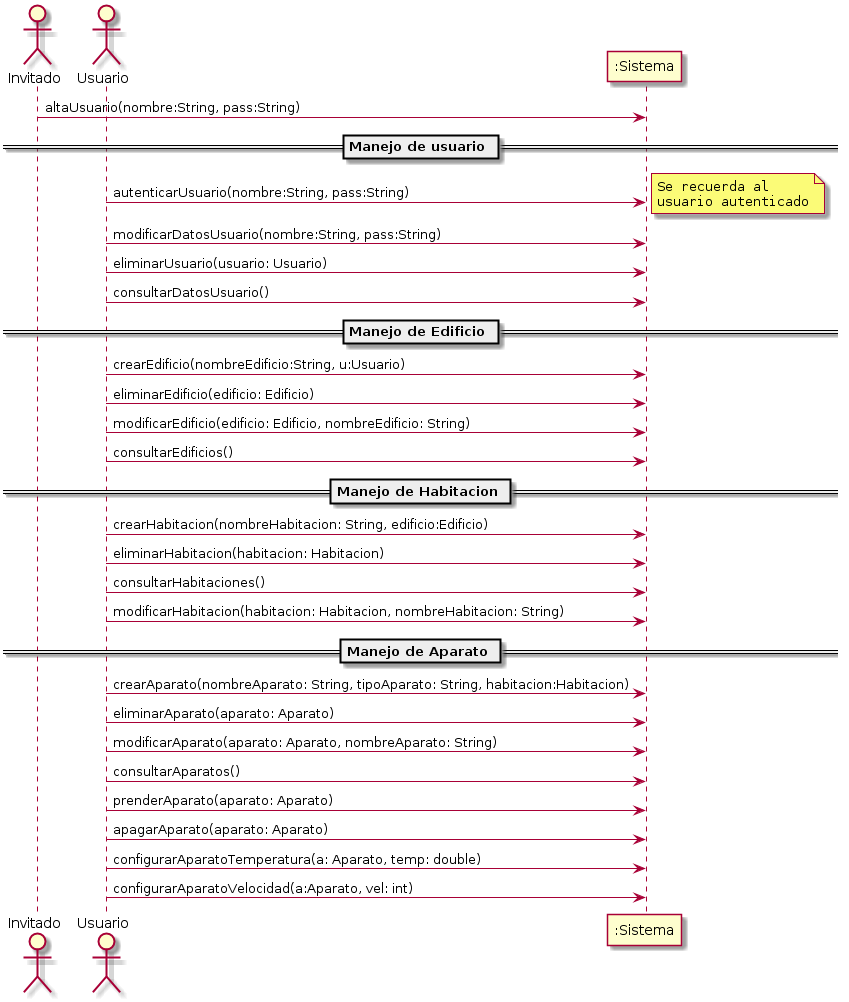
Above: Integrador/PCHouse/UMLDoc/Diagrama Secuencia Sistema/diagrama_secuencia_sistema_-_v0-1.png in ulisescolina/UC-POOII (PlantUML), before the change. Source of this version:
```plantuml
@startuml diagrama_secuencia_sistema_-_v0-1.png

actor Invitado
actor Usuario
participant ":Sistema" as S

Invitado -> S: altaUsuario(nombre:String, pass:String)

== Manejo de usuario ==
Usuario -> S: autenticarUsuario(nombre:String, pass:String)
note right
  ""Se recuerda al""
  ""usuario autenticado""
end note
Usuario -> S: modificarDatosUsuario(nombre:String, pass:String)
Usuario -> S: eliminarUsuario(usuario: Usuario)
Usuario -> S: consultarDatosUsuario()

== Manejo de Edificio ==
Usuario -> S: crearEdificio(nombreEdificio:String, u:Usuario)
Usuario -> S: eliminarEdificio(edificio: Edificio)
Usuario -> S: modificarEdificio(edificio: Edificio, nombreEdificio: String)
Usuario -> S: consultarEdificios()

== Manejo de Habitacion ==
Usuario -> S: crearHabitacion(nombreHabitacion: String, edificio:Edificio)
Usuario -> S: eliminarHabitacion(habitacion: Habitacion)
Usuario -> S: consultarHabitaciones()
Usuario -> S: modificarHabitacion(habitacion: Habitacion, nombreHabitacion: String)

== Manejo de Aparato ==
Usuario -> S: crearAparato(nombreAparato: String, tipoAparato: String, habitacion:Habitacion)
Usuario -> S: eliminarAparato(aparato: Aparato)
Usuario -> S: modificarAparato(aparato: Aparato, nombreAparato: String)
Usuario -> S: consultarAparatos()
Usuario -> S: prenderAparato(aparato: Aparato)
Usuario -> S: apagarAparato(aparato: Aparato)
Usuario -> S: configurarAparatoTemperatura(a: Aparato, temp: double)
Usuario -> S: configurarAparatoVelocidad(a:Aparato, vel: int)

@enduml
```
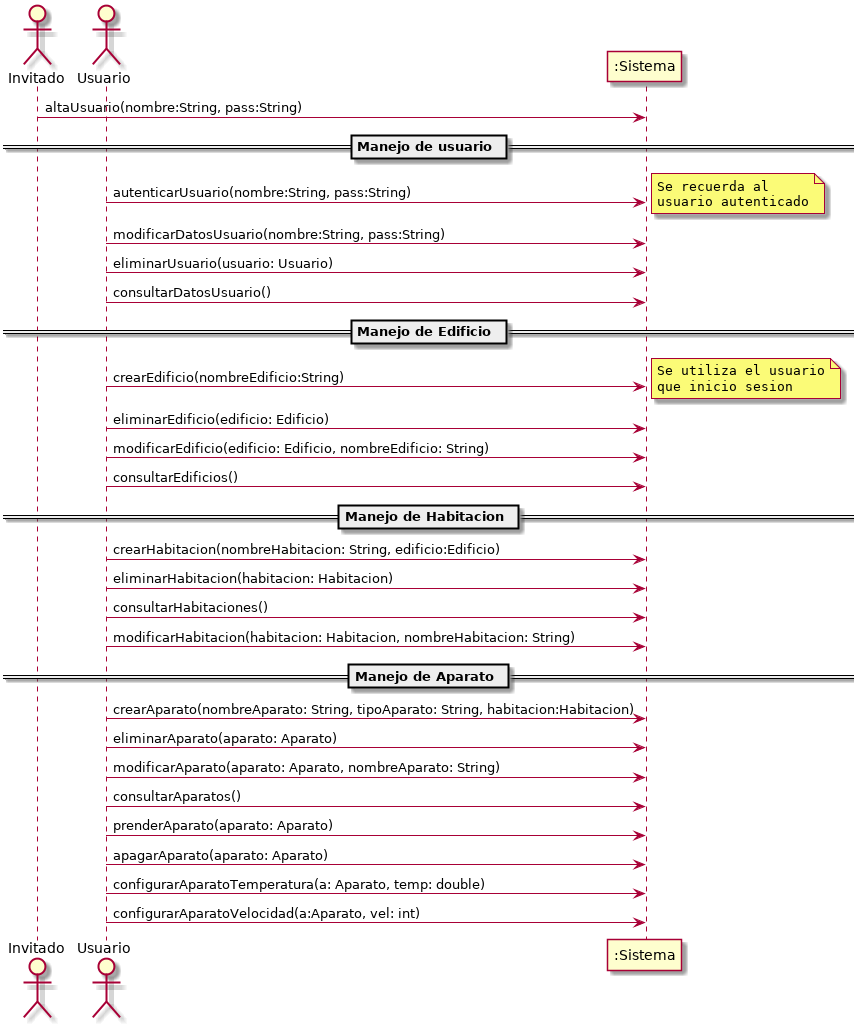
After the change.

Commit message:
Actualizo DSS: ahora este se condice con la forma de operar de crearEdificio

The edit, as a diff of the source:
```diff
@@ -17,7 +17,11 @@
 Usuario -> S: consultarDatosUsuario()
 
 == Manejo de Edificio ==
-Usuario -> S: crearEdificio(nombreEdificio:String, u:Usuario)
+Usuario -> S: crearEdificio(nombreEdificio:String)
+note right
+  ""Se utiliza el usuario""
+  ""que inicio sesion""
+end note
 Usuario -> S: eliminarEdificio(edificio: Edificio)
 Usuario -> S: modificarEdificio(edificio: Edificio, nombreEdificio: String)
 Usuario -> S: consultarEdificios()
```
